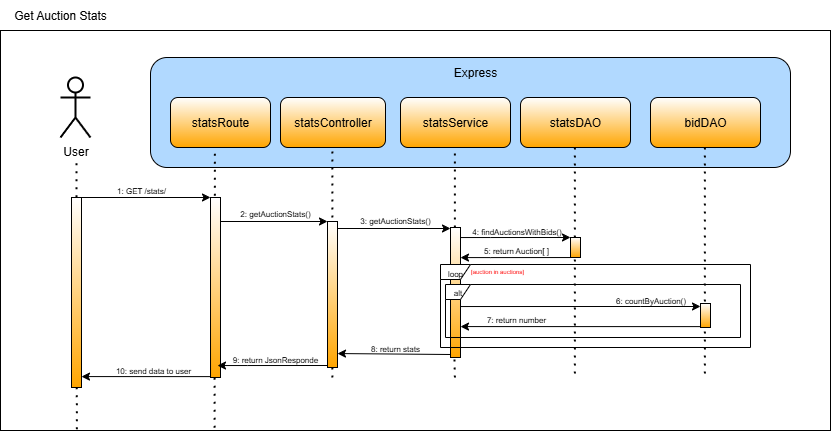
Sebastianelli-Nicola/ProgettoPA keeps this draw.io diagram as documentazione/Get_Auction_Stats.png. Above is the earlier version. Source tidied: cells renumbered, new cells last; positions are measured from the earlier drawing's top-left corner, leaving out a move shared by most shapes. Source of this version:
```xml
<mxGraphModel>
  <root>
    <mxCell id="0" />
    <mxCell id="1" parent="0" />
    <mxCell id="2" style="rounded=0;whiteSpace=wrap;html=1;" parent="1" vertex="1">
      <mxGeometry y="30" width="830" height="400" as="geometry" />
    </mxCell>
    <mxCell id="3" style="rounded=1;whiteSpace=wrap;html=1;fillColor=#B1D9FF;" parent="1" vertex="1">
      <mxGeometry x="150" y="57" width="640" height="110" as="geometry" />
    </mxCell>
    <mxCell id="4" value="statsRoute" style="rounded=1;whiteSpace=wrap;html=1;gradientColor=#FFA500;" parent="1" vertex="1">
      <mxGeometry x="170" y="97" width="100" height="50" as="geometry" />
    </mxCell>
    <mxCell id="5" value="statsController" style="rounded=1;whiteSpace=wrap;html=1;gradientColor=#FFA500;" parent="1" vertex="1">
      <mxGeometry x="280" y="97" width="105" height="50" as="geometry" />
    </mxCell>
    <mxCell id="6" value="statsDAO" style="rounded=1;whiteSpace=wrap;html=1;gradientColor=#FFA500;" parent="1" vertex="1">
      <mxGeometry x="520" y="97" width="110" height="50" as="geometry" />
    </mxCell>
    <mxCell id="7" value="statsService" style="rounded=1;whiteSpace=wrap;html=1;gradientColor=#FFA500;" parent="1" vertex="1">
      <mxGeometry x="400" y="97" width="110" height="50" as="geometry" />
    </mxCell>
    <mxCell id="8" value="User" style="shape=umlActor;verticalLabelPosition=bottom;verticalAlign=top;html=1;strokeWidth=2;" parent="1" vertex="1">
      <mxGeometry x="60" y="77" width="30" height="60" as="geometry" />
    </mxCell>
    <mxCell id="9" style="endArrow=none;dashed=1;html=1;dashPattern=1 3;strokeWidth=2;rounded=0;entryX=0.147;entryY=0.325;entryDx=0;entryDy=0;entryPerimeter=0;exitX=0.092;exitY=0.997;exitDx=0;exitDy=0;exitPerimeter=0;" parent="1" edge="1" source="2">
      <mxGeometry relative="1" as="geometry">
        <mxPoint x="76" y="157" as="targetPoint" />
      </mxGeometry>
    </mxCell>
    <mxCell id="10" style="endArrow=none;dashed=1;html=1;dashPattern=1 3;strokeWidth=2;rounded=0;entryX=0.147;entryY=0.325;entryDx=0;entryDy=0;entryPerimeter=0;exitX=0.258;exitY=0.993;exitDx=0;exitDy=0;exitPerimeter=0;" parent="1" edge="1" source="2">
      <mxGeometry relative="1" as="geometry">
        <mxPoint x="214.4" y="147" as="targetPoint" />
      </mxGeometry>
    </mxCell>
    <mxCell id="11" style="endArrow=none;dashed=1;html=1;dashPattern=1 3;strokeWidth=2;rounded=0;entryX=0.147;entryY=0.325;entryDx=0;entryDy=0;entryPerimeter=0;" parent="1" edge="1">
      <mxGeometry relative="1" as="geometry">
        <mxPoint x="331.9" y="377" as="sourcePoint" />
        <mxPoint x="331.9" y="147" as="targetPoint" />
      </mxGeometry>
    </mxCell>
    <mxCell id="12" style="html=1;points=[[0,0,0,0,5],[0,1,0,0,-5],[1,0,0,0,5],[1,1,0,0,-5]];perimeter=orthogonalPerimeter;outlineConnect=0;targetShapes=umlLifeline;portConstraint=eastwest;newEdgeStyle={&quot;curved&quot;:0,&quot;rounded&quot;:0};gradientColor=#FFA500;" parent="1" vertex="1">
      <mxGeometry x="327" y="221" width="10" height="146" as="geometry" />
    </mxCell>
    <mxCell id="13" style="html=1;points=[[0,0,0,0,5],[0,1,0,0,-5],[1,0,0,0,5],[1,1,0,0,-5]];perimeter=orthogonalPerimeter;outlineConnect=0;targetShapes=umlLifeline;portConstraint=eastwest;newEdgeStyle={&quot;curved&quot;:0,&quot;rounded&quot;:0};gradientColor=#FFA500;" parent="1" vertex="1">
      <mxGeometry x="210" y="197" width="10" height="180" as="geometry" />
    </mxCell>
    <mxCell id="14" style="endArrow=none;dashed=1;html=1;dashPattern=1 3;strokeWidth=2;rounded=0;entryX=0.147;entryY=0.325;entryDx=0;entryDy=0;entryPerimeter=0;" parent="1" edge="1" source="23">
      <mxGeometry relative="1" as="geometry">
        <mxPoint x="454.4" y="147" as="targetPoint" />
      </mxGeometry>
    </mxCell>
    <mxCell id="15" style="endArrow=none;dashed=1;html=1;dashPattern=1 3;strokeWidth=2;rounded=0;entryX=0.147;entryY=0.325;entryDx=0;entryDy=0;entryPerimeter=0;" parent="1" edge="1">
      <mxGeometry relative="1" as="geometry">
        <mxPoint x="574.4" y="373" as="sourcePoint" />
        <mxPoint x="574.4" y="143" as="targetPoint" />
      </mxGeometry>
    </mxCell>
    <mxCell id="16" style="html=1;perimeter=orthogonalPerimeter;targetShapes=umlLifeline;newEdgeStyle={&quot;curved&quot;:0,&quot;rounded&quot;:0};gradientColor=#FFA500;" parent="1" vertex="1">
      <mxGeometry x="570" y="237" width="10" height="20" as="geometry" />
    </mxCell>
    <mxCell id="17" style="html=1;perimeter=orthogonalPerimeter;targetShapes=umlLifeline;newEdgeStyle={&quot;curved&quot;:0,&quot;rounded&quot;:0};gradientColor=#FFA500;" parent="1" vertex="1">
      <mxGeometry x="71" y="197" width="10" height="190" as="geometry" />
    </mxCell>
    <mxCell id="18" style="endArrow=classic;html=1;rounded=0;" parent="1" edge="1" target="13">
      <mxGeometry relative="1" as="geometry">
        <mxPoint x="81" y="197" as="sourcePoint" />
      </mxGeometry>
    </mxCell>
    <mxCell id="19" style="endArrow=classic;html=1;rounded=0;" parent="1" edge="1" target="12">
      <mxGeometry relative="1" as="geometry">
        <mxPoint x="220" y="221" as="sourcePoint" />
      </mxGeometry>
    </mxCell>
    <mxCell id="20" style="endArrow=classic;html=1;rounded=0;" parent="1" edge="1">
      <mxGeometry relative="1" as="geometry">
        <mxPoint x="337" y="228" as="sourcePoint" />
        <mxPoint x="450" y="228" as="targetPoint" />
      </mxGeometry>
    </mxCell>
    <mxCell id="21" style="edgeStyle=orthogonalEdgeStyle;rounded=0;orthogonalLoop=1;jettySize=auto;html=1;curved=0;entryX=0;entryY=0;entryDx=0;entryDy=5;entryPerimeter=0;" parent="1" edge="1">
      <mxGeometry relative="1" as="geometry">
        <mxPoint x="460" y="237" as="sourcePoint" />
        <mxPoint x="570" y="237" as="targetPoint" />
        <Array as="points">
          <mxPoint x="490" y="237" />
          <mxPoint x="490" y="237" />
        </Array>
      </mxGeometry>
    </mxCell>
    <mxCell id="22" style="endArrow=none;dashed=1;html=1;dashPattern=1 3;strokeWidth=2;rounded=0;entryX=0.147;entryY=0.325;entryDx=0;entryDy=0;entryPerimeter=0;" parent="1" edge="1" target="23">
      <mxGeometry relative="1" as="geometry">
        <mxPoint x="454.4" y="377" as="sourcePoint" />
      </mxGeometry>
    </mxCell>
    <mxCell id="23" style="html=1;points=[[0,0,0,0,5],[0,1,0,0,-5],[1,0,0,0,5],[1,1,0,0,-5]];perimeter=orthogonalPerimeter;outlineConnect=0;targetShapes=umlLifeline;portConstraint=eastwest;newEdgeStyle={&quot;curved&quot;:0,&quot;rounded&quot;:0};gradientColor=#FFA500;" parent="1" vertex="1">
      <mxGeometry x="450" y="227" width="10" height="130" as="geometry" />
    </mxCell>
    <mxCell id="24" style="edgeStyle=orthogonalEdgeStyle;rounded=0;orthogonalLoop=1;jettySize=auto;html=1;curved=0;entryX=0;entryY=0;entryDx=0;entryDy=5;entryPerimeter=0;endArrow=none;startFill=1;startArrow=classic;" parent="1" edge="1">
      <mxGeometry relative="1" as="geometry">
        <mxPoint x="460" y="257.1" as="sourcePoint" />
        <mxPoint x="570" y="257" as="targetPoint" />
        <Array as="points">
          <mxPoint x="490" y="257" />
          <mxPoint x="490" y="257" />
        </Array>
      </mxGeometry>
    </mxCell>
    <mxCell id="25" style="edgeStyle=orthogonalEdgeStyle;rounded=0;orthogonalLoop=1;jettySize=auto;html=1;curved=0;entryX=0;entryY=1;entryDx=0;entryDy=0;entryPerimeter=0;endArrow=none;startFill=1;startArrow=classic;" parent="1" edge="1">
      <mxGeometry relative="1" as="geometry">
        <mxPoint x="337" y="353" as="sourcePoint" />
        <mxPoint x="450" y="353" as="targetPoint" />
        <Array as="points">
          <mxPoint x="450" y="354" />
        </Array>
      </mxGeometry>
    </mxCell>
    <mxCell id="26" style="edgeStyle=orthogonalEdgeStyle;rounded=0;orthogonalLoop=1;jettySize=auto;html=1;curved=0;entryX=0;entryY=0;entryDx=0;entryDy=5;entryPerimeter=0;endArrow=none;startFill=1;startArrow=classic;" parent="1" edge="1">
      <mxGeometry relative="1" as="geometry">
        <mxPoint x="217" y="365" as="sourcePoint" />
        <mxPoint x="327" y="365" as="targetPoint" />
        <Array as="points">
          <mxPoint x="247" y="365" />
          <mxPoint x="247" y="365" />
        </Array>
      </mxGeometry>
    </mxCell>
    <mxCell id="27" style="edgeStyle=orthogonalEdgeStyle;rounded=0;orthogonalLoop=1;jettySize=auto;html=1;curved=0;entryX=0;entryY=1;entryDx=0;entryDy=-5;entryPerimeter=0;endArrow=none;startFill=1;startArrow=classic;" parent="1" edge="1">
      <mxGeometry relative="1" as="geometry">
        <mxPoint x="81" y="376.1" as="sourcePoint" />
        <mxPoint x="210" y="321" as="targetPoint" />
        <Array as="points">
          <mxPoint x="210" y="376" />
        </Array>
      </mxGeometry>
    </mxCell>
    <mxCell id="28" value="&lt;font style=&quot;font-size: 8px;&quot;&gt;1: GET /stats/&lt;/font&gt;" style="text;html=1;align=center;verticalAlign=middle;whiteSpace=wrap;rounded=0;" parent="1" vertex="1">
      <mxGeometry x="96" y="174" width="90" height="30" as="geometry" />
    </mxCell>
    <mxCell id="29" value="&lt;font style=&quot;font-size: 8px;&quot;&gt;2: getAuctionStats()&lt;/font&gt;" style="text;html=1;align=center;verticalAlign=middle;whiteSpace=wrap;rounded=0;" parent="1" vertex="1">
      <mxGeometry x="230" y="197" width="90" height="30" as="geometry" />
    </mxCell>
    <mxCell id="30" value="&lt;font style=&quot;font-size: 8px;&quot;&gt;3: getAuctionStats()&lt;/font&gt;" style="text;html=1;align=center;verticalAlign=middle;whiteSpace=wrap;rounded=0;" parent="1" vertex="1">
      <mxGeometry x="350" y="204" width="90" height="30" as="geometry" />
    </mxCell>
    <mxCell id="31" value="&lt;font style=&quot;font-size: 8px;&quot;&gt;4: findAuctionsWithBids&lt;span style=&quot;color: rgba(0, 0, 0, 0); font-family: monospace; font-size: 0px; text-align: start; text-wrap-mode: nowrap;&quot;&gt;%3CmxGraphModel%3E%3Croot%3E%3CmxCell%20id%3D%220%22%2F%3E%3CmxCell%20id%3D%221%22%20parent%3D%220%22%2F%3E%3CmxCell%20id%3D%222%22%20value%3D%22%26lt%3Bfont%20style%3D%26quot%3Bfont-size%3A%208px%3B%26quot%3B%26gt%3B3%3A%20login()%26lt%3B%2Ffont%26gt%3B%22%20style%3D%22text%3Bhtml%3D1%3Balign%3Dcenter%3BverticalAlign%3Dmiddle%3BwhiteSpace%3Dwrap%3Brounded%3D0%3B%22%20vertex%3D%221%22%20parent%3D%221%22%3E%3CmxGeometry%20x%3D%22390%22%20y%3D%22217%22%20width%3D%2290%22%20height%3D%2230%22%20as%3D%22geometry%22%2F%3E%3C%2FmxCell%3E%3C%2Froot%3E%3C%2FmxGraphModel&lt;/span&gt;()&lt;/font&gt;" style="text;html=1;align=center;verticalAlign=middle;whiteSpace=wrap;rounded=0;" parent="1" vertex="1">
      <mxGeometry x="466.5" y="215" width="99" height="30" as="geometry" />
    </mxCell>
    <mxCell id="32" value="&lt;span style=&quot;font-size: 8px;&quot;&gt;5: return Auction[ ]&lt;/span&gt;" style="text;html=1;align=center;verticalAlign=middle;whiteSpace=wrap;rounded=0;" parent="1" vertex="1">
      <mxGeometry x="471" y="234" width="90" height="30" as="geometry" />
    </mxCell>
    <mxCell id="33" value="&lt;span style=&quot;font-size: 8px;&quot;&gt;8: return stats&lt;/span&gt;" style="text;html=1;align=center;verticalAlign=middle;whiteSpace=wrap;rounded=0;" parent="1" vertex="1">
      <mxGeometry x="350" y="332" width="90" height="30" as="geometry" />
    </mxCell>
    <mxCell id="34" value="&lt;span style=&quot;font-size: 8px;&quot;&gt;9: return JsonResponde&lt;/span&gt;" style="text;html=1;align=center;verticalAlign=middle;whiteSpace=wrap;rounded=0;" parent="1" vertex="1">
      <mxGeometry x="230" y="343" width="90" height="30" as="geometry" />
    </mxCell>
    <mxCell id="35" value="&lt;span style=&quot;font-size: 8px;&quot;&gt;10: send data to user&lt;/span&gt;" style="text;html=1;align=center;verticalAlign=middle;whiteSpace=wrap;rounded=0;" parent="1" vertex="1">
      <mxGeometry x="108" y="354" width="90" height="30" as="geometry" />
    </mxCell>
    <mxCell id="36" value="Get Auction Stats" style="text;html=1;align=center;verticalAlign=middle;whiteSpace=wrap;rounded=0;" parent="1" vertex="1">
      <mxGeometry width="120" height="30" as="geometry" />
    </mxCell>
    <mxCell id="37" value="bidDAO" style="rounded=1;whiteSpace=wrap;html=1;gradientColor=#FFA500;" parent="1" vertex="1">
      <mxGeometry x="650" y="97" width="110" height="50" as="geometry" />
    </mxCell>
    <mxCell id="38" style="endArrow=none;dashed=1;html=1;dashPattern=1 3;strokeWidth=2;rounded=0;entryX=0.147;entryY=0.325;entryDx=0;entryDy=0;entryPerimeter=0;" parent="1" edge="1">
      <mxGeometry relative="1" as="geometry">
        <mxPoint x="704.4" y="373" as="sourcePoint" />
        <mxPoint x="704.4" y="143" as="targetPoint" />
      </mxGeometry>
    </mxCell>
    <mxCell id="39" value="&lt;font style=&quot;font-size: 8px;&quot;&gt;loop&lt;/font&gt;" style="shape=umlFrame;whiteSpace=wrap;html=1;width=30;height=15;" parent="1" vertex="1">
      <mxGeometry x="440" y="264" width="310" height="83" as="geometry" />
    </mxCell>
    <mxCell id="40" value="&lt;font style=&quot;color: rgb(255, 6, 6); font-size: 6px;&quot;&gt;[auction in auctions]&lt;/font&gt;" style="text;html=1;align=center;verticalAlign=middle;whiteSpace=wrap;rounded=0;" parent="1" vertex="1">
      <mxGeometry x="466.5" y="264" width="60" height="10" as="geometry" />
    </mxCell>
    <mxCell id="41" value="&lt;font style=&quot;font-size: 8px;&quot;&gt;alt&lt;/font&gt;" style="shape=umlFrame;whiteSpace=wrap;html=1;width=25;height=15;" parent="1" vertex="1">
      <mxGeometry x="445" y="284" width="295" height="53" as="geometry" />
    </mxCell>
    <mxCell id="42" style="html=1;points=[[0,0,0,0,5],[0,1,0,0,-5],[1,0,0,0,5],[1,1,0,0,-5]];perimeter=orthogonalPerimeter;outlineConnect=0;targetShapes=umlLifeline;portConstraint=eastwest;newEdgeStyle={&quot;curved&quot;:0,&quot;rounded&quot;:0};gradientColor=#FFA500;" parent="1" vertex="1">
      <mxGeometry x="700" y="303" width="10" height="24" as="geometry" />
    </mxCell>
    <mxCell id="43" style="edgeStyle=orthogonalEdgeStyle;rounded=0;jettySize=auto;html=1;curved=0;" parent="1" edge="1" target="42">
      <mxGeometry relative="1" as="geometry">
        <mxPoint x="460" y="306" as="sourcePoint" />
        <Array as="points">
          <mxPoint x="640" y="306" />
          <mxPoint x="640" y="306" />
        </Array>
      </mxGeometry>
    </mxCell>
    <mxCell id="44" style="edgeStyle=orthogonalEdgeStyle;rounded=0;jettySize=auto;html=1;curved=0;entryX=0;entryY=1;entryDx=0;entryDy=-5;entryPerimeter=0;endArrow=none;startFill=1;startArrow=classic;" parent="1" edge="1" target="42">
      <mxGeometry relative="1" as="geometry">
        <mxPoint x="460" y="326.1" as="sourcePoint" />
        <Array as="points">
          <mxPoint x="700" y="326" />
        </Array>
      </mxGeometry>
    </mxCell>
    <mxCell id="45" value="&lt;span style=&quot;font-size: 8px;&quot;&gt;6: countByAuction()&lt;/span&gt;" style="text;html=1;align=center;verticalAlign=middle;whiteSpace=wrap;rounded=0;" parent="1" vertex="1">
      <mxGeometry x="601" y="284" width="99" height="30" as="geometry" />
    </mxCell>
    <mxCell id="46" value="&lt;span style=&quot;font-size: 8px;&quot;&gt;7: return number&lt;/span&gt;" style="text;html=1;align=center;verticalAlign=middle;whiteSpace=wrap;rounded=0;" parent="1" vertex="1">
      <mxGeometry x="471" y="303" width="90" height="30" as="geometry" />
    </mxCell>
    <mxCell id="47" value="Express" style="text;html=1;align=center;verticalAlign=middle;whiteSpace=wrap;rounded=0;" parent="1" vertex="1">
      <mxGeometry x="420" y="57" width="110" height="30" as="geometry" />
    </mxCell>
  </root>
</mxGraphModel>
```
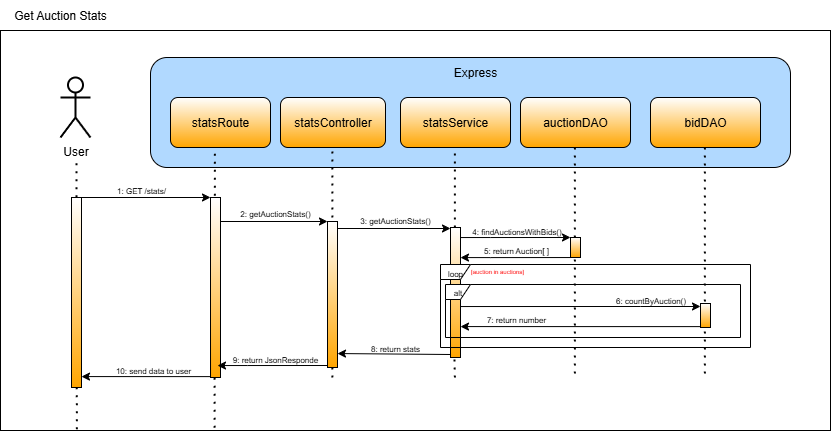
The same file after the commit.

Change to the diagram source:
```diff
@@ -14,7 +14,7 @@
     <mxCell id="5" value="statsController" style="rounded=1;whiteSpace=wrap;html=1;gradientColor=#FFA500;" parent="1" vertex="1">
       <mxGeometry x="280" y="97" width="105" height="50" as="geometry" />
     </mxCell>
-    <mxCell id="6" value="statsDAO" style="rounded=1;whiteSpace=wrap;html=1;gradientColor=#FFA500;" parent="1" vertex="1">
+    <mxCell id="6" value="auctionDAO" style="rounded=1;whiteSpace=wrap;html=1;gradientColor=#FFA500;" parent="1" vertex="1">
       <mxGeometry x="520" y="97" width="110" height="50" as="geometry" />
     </mxCell>
     <mxCell id="7" value="statsService" style="rounded=1;whiteSpace=wrap;html=1;gradientColor=#FFA500;" parent="1" vertex="1">
```
